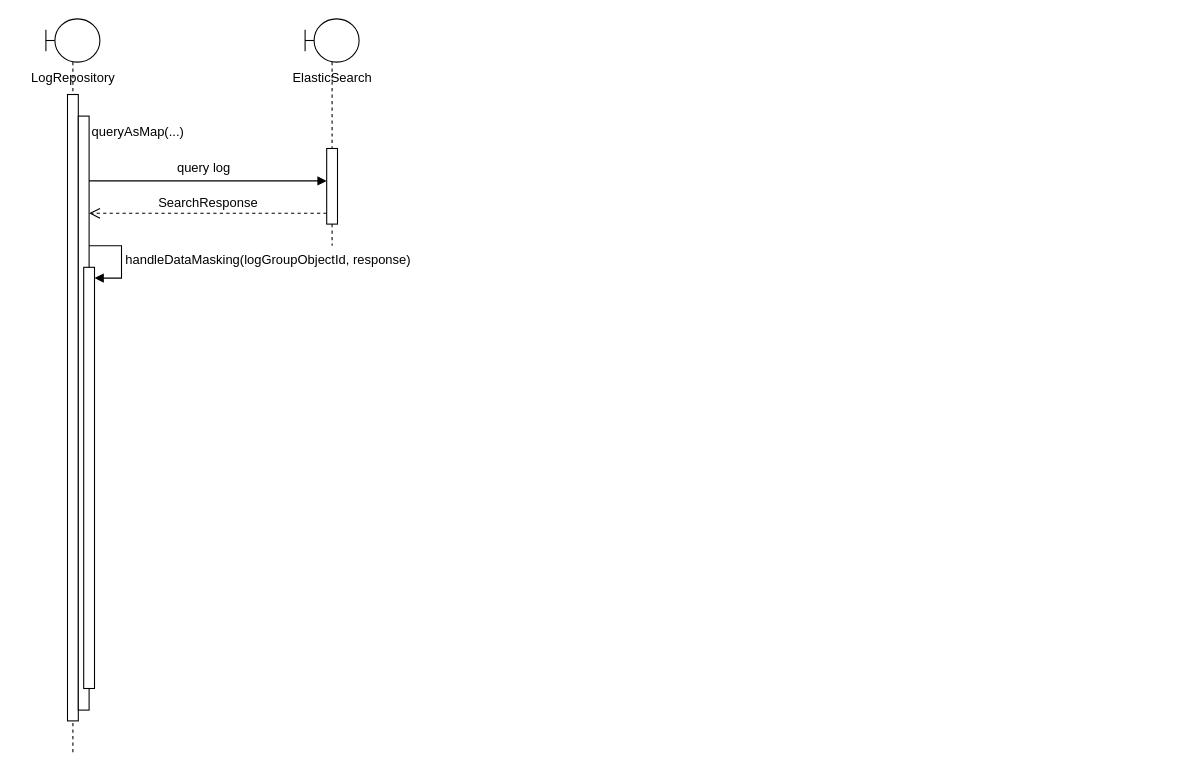
Earlier version of the draw.io diagram page "Trang-5" (5 of 5) of data masking.drawio (hiep1097/drawio). Source tidied: cells renumbered, new cells numbered last; positions are measured from the earlier drawing's top-left corner, leaving out a move shared by most shapes. Both pictures are drawn from the tidied source at 108%, with x=0, y=0 at pixel (18, 18).
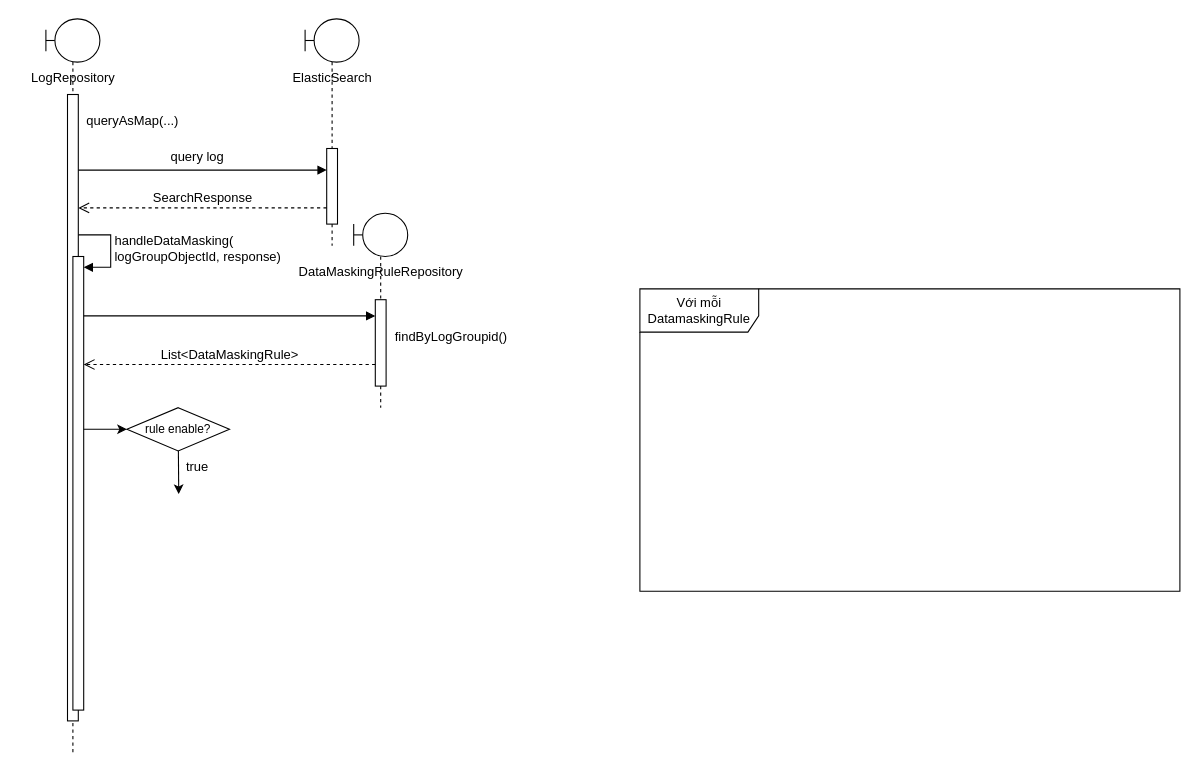
The same diagram, later.

Commit message:
Cập nhật data masking.drawio

Unchanged cells that the change refers to:
```xml
<mxCell id="2" style="shape=umlLifeline;perimeter=lifelinePerimeter;whiteSpace=wrap;html=1;newEdgeStyle={&quot;curved&quot;:0,&quot;rounded&quot;:0};participant=umlBoundary;fontSize=12;" parent="1" vertex="1">
  <mxGeometry x="25" width="50" height="680" as="geometry" />
</mxCell>
<mxCell id="6" style="html=1;points=[[0,0,0,0,5],[0,1,0,0,-5],[1,0,0,0,5],[1,1,0,0,-5]];perimeter=orthogonalPerimeter;outlineConnect=0;targetShapes=umlLifeline;portConstraint=eastwest;newEdgeStyle={&quot;curved&quot;:0,&quot;rounded&quot;:0};fontSize=12;" parent="5" vertex="1">
  <mxGeometry x="20" y="120" width="10" height="70" as="geometry" />
</mxCell>
```

The edit, as a diff of the source:
```diff
@@
-    <mxCell id="4" style="html=1;perimeter=orthogonalPerimeter;targetShapes=umlLifeline;newEdgeStyle={&quot;curved&quot;:0,&quot;rounded&quot;:0};" parent="2" vertex="1">
-      <mxGeometry x="30" y="90" width="10" height="550" as="geometry" />
-    </mxCell>
@@
     <mxCell id="8" value="queryAsMap(...)" style="text;html=1;align=center;verticalAlign=middle;strokeColor=none;fillColor=none;" parent="1" vertex="1">
-      <mxGeometry x="55" y="90" width="110" height="30" as="geometry" />
+      <mxGeometry x="50" y="80" width="110" height="30" as="geometry" />
     </mxCell>
     <mxCell id="9" style="html=1;verticalAlign=bottom;endArrow=block;curved=0;rounded=0;fontSize=12;" parent="1" edge="1">
       <mxGeometry relative="1" as="geometry">
-        <mxPoint x="65" y="150" as="sourcePoint" />
-        <mxPoint x="285" y="150" as="targetPoint" />
+        <mxPoint x="55" y="140" as="sourcePoint" />
+        <mxPoint x="285" y="140" as="targetPoint" />
       </mxGeometry>
     </mxCell>
@@
-    <mxCell id="11" value="SearchResponse" style="html=1;verticalAlign=bottom;endArrow=open;dashed=1;endSize=8;curved=0;rounded=0;fontSize=12;" parent="1" edge="1" source="6">
+    <mxCell id="11" value="SearchResponse" style="html=1;verticalAlign=bottom;endArrow=open;dashed=1;endSize=8;curved=0;rounded=0;fontSize=12;" parent="1" edge="1">
       <mxGeometry relative="1" as="geometry">
-        <mxPoint x="65" y="180" as="targetPoint" />
+        <mxPoint x="285" y="175" as="sourcePoint" />
+        <mxPoint x="55" y="175" as="targetPoint" />
       </mxGeometry>
     </mxCell>
@@
-    <mxCell id="13" style="html=1;points=[[0,0,0,0,5],[0,1,0,0,-5],[1,0,0,0,5],[1,1,0,0,-5]];perimeter=orthogonalPerimeter;outlineConnect=0;targetShapes=umlLifeline;portConstraint=eastwest;newEdgeStyle={&quot;curved&quot;:0,&quot;rounded&quot;:0};" parent="1" vertex="1">
-      <mxGeometry x="60" y="230" width="10" height="390" as="geometry" />
-    </mxCell>
-    <mxCell id="14" value="handleDataMasking(logGroupObjectId, response)" style="html=1;align=left;spacingLeft=2;endArrow=block;rounded=0;edgeStyle=orthogonalEdgeStyle;curved=0;rounded=0;fontSize=12;" parent="1" edge="1" target="13">
-      <mxGeometry relative="1" as="geometry">
-        <mxPoint x="65" y="210" as="sourcePoint" />
-        <Array as="points">
-          <mxPoint x="95" y="240" />
-        </Array>
-      </mxGeometry>
-    </mxCell>
+    <mxCell id="15" style="html=1;points=[[0,0,0,0,5],[0,1,0,0,-5],[1,0,0,0,5],[1,1,0,0,-5]];perimeter=orthogonalPerimeter;outlineConnect=0;targetShapes=umlLifeline;portConstraint=eastwest;newEdgeStyle={&quot;curved&quot;:0,&quot;rounded&quot;:0};" parent="1" vertex="1">
+      <mxGeometry x="50" y="220" width="10" height="420" as="geometry" />
+    </mxCell>
+    <mxCell id="16" value="handleDataMasking(&lt;br&gt;logGroupObjectId, response)" style="html=1;align=left;spacingLeft=2;endArrow=block;rounded=0;edgeStyle=orthogonalEdgeStyle;curved=0;rounded=0;fontSize=12;" parent="1" edge="1" target="15">
+      <mxGeometry relative="1" as="geometry">
+        <mxPoint x="55" y="200" as="sourcePoint" />
+        <Array as="points">
+          <mxPoint x="85" y="230" />
+        </Array>
+      </mxGeometry>
+    </mxCell>
+    <mxCell id="17" style="shape=umlLifeline;perimeter=lifelinePerimeter;whiteSpace=wrap;html=1;newEdgeStyle={&quot;curved&quot;:0,&quot;rounded&quot;:0};participant=umlBoundary;fontSize=12;" parent="1" vertex="1">
+      <mxGeometry x="310" y="180" width="50" height="180" as="geometry" />
+    </mxCell>
+    <mxCell id="18" style="html=1;perimeter=orthogonalPerimeter;targetShapes=umlLifeline;newEdgeStyle={&quot;curved&quot;:0,&quot;rounded&quot;:0};fontSize=12;" parent="17" vertex="1">
+      <mxGeometry x="20" y="80" width="10" height="80" as="geometry" />
+    </mxCell>
+    <mxCell id="19" value="DataMaskingRuleRepository" style="text;html=1;align=center;verticalAlign=middle;strokeColor=none;fillColor=none;fontSize=12;" parent="1" vertex="1">
+      <mxGeometry x="245" y="220" width="180" height="30" as="geometry" />
+    </mxCell>
+    <mxCell id="20" style="html=1;verticalAlign=bottom;endArrow=block;curved=0;rounded=0;fontSize=12;entryX=0;entryY=0;entryDx=0;entryDy=5;entryPerimeter=0;" parent="1" edge="1">
+      <mxGeometry relative="1" as="geometry">
+        <mxPoint x="60" y="275" as="sourcePoint" />
+        <mxPoint x="330" y="275" as="targetPoint" />
+      </mxGeometry>
+    </mxCell>
+    <mxCell id="21" value="List&amp;lt;DataMaskingRule&amp;gt;" style="html=1;verticalAlign=bottom;endArrow=open;dashed=1;endSize=8;curved=0;rounded=0;fontSize=12;" parent="1" edge="1">
+      <mxGeometry relative="1" as="geometry">
+        <mxPoint x="330" y="320" as="sourcePoint" />
+        <mxPoint x="60" y="320" as="targetPoint" />
+      </mxGeometry>
+    </mxCell>
+    <mxCell id="22" value="findByLogGroupid()" style="text;html=1;align=center;verticalAlign=middle;strokeColor=none;fillColor=none;" parent="1" vertex="1">
+      <mxGeometry x="335" y="280" width="130" height="30" as="geometry" />
+    </mxCell>
+    <mxCell id="23" value="rule enable?" style="rhombus;whiteSpace=wrap;html=1;fontSize=11;" parent="1" vertex="1">
+      <mxGeometry x="100" y="360" width="95" height="40" as="geometry" />
+    </mxCell>
+    <mxCell id="24" style="endArrow=classic;html=1;rounded=0;entryX=0;entryY=0.5;entryDx=0;entryDy=0;" parent="1" edge="1" source="15" target="23">
+      <mxGeometry relative="1" as="geometry" />
+    </mxCell>
+    <mxCell id="25" value="Với mỗi&lt;br&gt;DatamaskingRule" style="shape=umlFrame;whiteSpace=wrap;html=1;width=110;height=40;" parent="1" vertex="1">
+      <mxGeometry x="575" y="250" width="500" height="280" as="geometry" />
+    </mxCell>
+    <mxCell id="26" style="endArrow=classic;html=1;rounded=0;" parent="1" edge="1" source="23">
+      <mxGeometry relative="1" as="geometry">
+        <mxPoint x="148" y="440" as="targetPoint" />
+      </mxGeometry>
+    </mxCell>
+    <mxCell id="27" value="true" style="text;html=1;align=center;verticalAlign=middle;strokeColor=none;fillColor=none;" parent="1" vertex="1">
+      <mxGeometry x="145" y="400" width="40" height="30" as="geometry" />
+    </mxCell>
```
